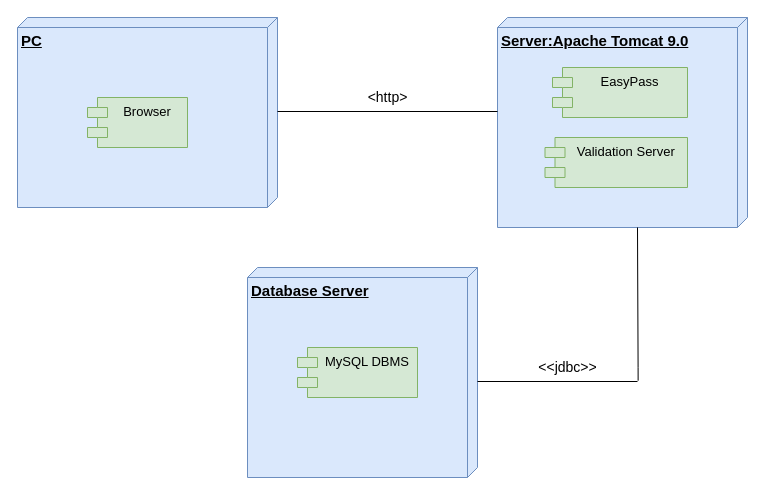
This is Documentazione/Resources/Deployment Diagram.drawio from Alberto-00/EasyPass, a draw.io file, before an edit. Source tidied: cells renumbered, new cells numbered last; positions are measured from the earlier drawing's top-left corner, leaving out a move shared by most shapes. Both pictures are drawn from the tidied source at 100%, with x=0, y=0 at pixel (17, 17).
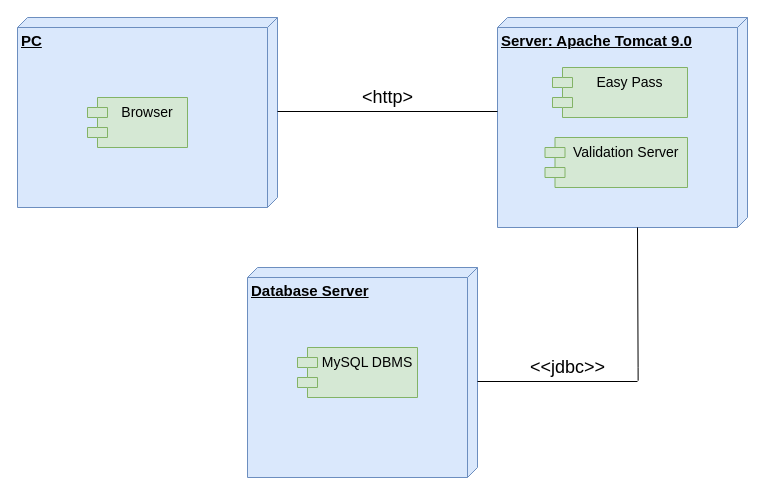
The same page after the edit.

Change to the diagram source:
```diff
@@
 <mxGraphModel>
   <root>
     <mxCell id="0" />
     <mxCell id="1" parent="0" />
     <mxCell id="2" value="&lt;font style=&quot;font-size: 15px&quot;&gt;&lt;b&gt;Database Server&lt;/b&gt;&lt;/font&gt;" style="verticalAlign=top;align=left;spacingTop=8;spacingLeft=2;spacingRight=12;shape=cube;size=10;direction=south;fontStyle=4;html=1;fillColor=#dae8fc;strokeColor=#6c8ebf;" parent="1" vertex="1">
       <mxGeometry x="230" y="250" width="230" height="210" as="geometry" />
     </mxCell>
-    <mxCell id="3" value="&lt;font style=&quot;font-size: 15px&quot;&gt;&lt;b&gt;Server:Apache Tomcat 9.0&lt;/b&gt;&lt;/font&gt;" style="verticalAlign=top;align=left;spacingTop=8;spacingLeft=2;spacingRight=12;shape=cube;size=10;direction=south;fontStyle=4;html=1;fillColor=#dae8fc;strokeColor=#6c8ebf;" parent="1" vertex="1">
+    <mxCell id="3" value="&lt;font style=&quot;font-size: 15px&quot;&gt;&lt;b&gt;Server: Apache Tomcat 9.0&lt;/b&gt;&lt;/font&gt;" style="verticalAlign=top;align=left;spacingTop=8;spacingLeft=2;spacingRight=12;shape=cube;size=10;direction=south;fontStyle=4;html=1;fillColor=#dae8fc;strokeColor=#6c8ebf;" parent="1" vertex="1">
       <mxGeometry x="480" width="250" height="210" as="geometry" />
     </mxCell>
     <mxCell id="4" value="&lt;b&gt;&lt;font style=&quot;font-size: 15px&quot;&gt;PC&lt;/font&gt;&lt;/b&gt;" style="verticalAlign=top;align=left;spacingTop=8;spacingLeft=2;spacingRight=12;shape=cube;size=10;direction=south;fontStyle=4;html=1;fillColor=#dae8fc;strokeColor=#6c8ebf;" parent="1" vertex="1">
       <mxGeometry width="260" height="190" as="geometry" />
     </mxCell>
-    <mxCell id="5" value="EasyPass" style="shape=module;align=left;spacingLeft=20;align=center;verticalAlign=top;fontSize=13;fillColor=#d5e8d4;strokeColor=#82b366;" parent="1" vertex="1">
+    <mxCell id="5" value="Easy Pass" style="shape=module;align=left;spacingLeft=20;align=center;verticalAlign=top;fontSize=14;fillColor=#d5e8d4;strokeColor=#82b366;" parent="1" vertex="1">
       <mxGeometry x="535" y="50" width="135" height="50" as="geometry" />
     </mxCell>
-    <mxCell id="6" value="Browser" style="shape=module;align=left;spacingLeft=20;align=center;verticalAlign=top;fillColor=#d5e8d4;strokeColor=#82b366;fontSize=13;" parent="1" vertex="1">
+    <mxCell id="6" value="Browser" style="shape=module;align=left;spacingLeft=20;align=center;verticalAlign=top;fillColor=#d5e8d4;strokeColor=#82b366;fontSize=14;" parent="1" vertex="1">
       <mxGeometry x="70" y="80" width="100" height="50" as="geometry" />
     </mxCell>
-    <mxCell id="7" value="MySQL DBMS" style="shape=module;align=left;spacingLeft=20;align=center;verticalAlign=top;fontSize=13;fillColor=#d5e8d4;strokeColor=#82b366;" parent="1" vertex="1">
+    <mxCell id="7" value="MySQL DBMS" style="shape=module;align=left;spacingLeft=20;align=center;verticalAlign=top;fontSize=14;fillColor=#d5e8d4;strokeColor=#82b366;" parent="1" vertex="1">
       <mxGeometry x="280" y="330" width="120" height="50" as="geometry" />
     </mxCell>
-    <mxCell id="8" value="Validation Server" style="shape=module;align=left;spacingLeft=20;align=center;verticalAlign=top;fontSize=13;fillColor=#d5e8d4;strokeColor=#82b366;" parent="1" vertex="1">
+    <mxCell id="8" value="Validation Server" style="shape=module;align=left;spacingLeft=20;align=center;verticalAlign=top;fontSize=14;fillColor=#d5e8d4;strokeColor=#82b366;" parent="1" vertex="1">
       <mxGeometry x="527.5" y="120" width="142.5" height="50" as="geometry" />
     </mxCell>
     <mxCell id="9" style="line;strokeWidth=1;fillColor=none;align=left;verticalAlign=middle;spacingTop=-1;spacingLeft=3;spacingRight=3;labelPosition=right;" parent="1" vertex="1">
       <mxGeometry x="260" y="90" width="220" height="8" as="geometry" />
     </mxCell>
     <mxCell id="10" style="line;strokeWidth=1;fillColor=none;align=left;verticalAlign=middle;spacingTop=-1;spacingLeft=3;spacingRight=3;labelPosition=right;points=[];portConstraint=eastwest;" parent="1" vertex="1">
       <mxGeometry x="460" y="360" width="160" height="8" as="geometry" />
     </mxCell>
     <mxCell id="11" style="endArrow=none;html=1;rounded=0;edgeStyle=orthogonalEdgeStyle;exitX=1.004;exitY=0.4;exitDx=0;exitDy=0;exitPerimeter=0;" parent="1" edge="1" source="10">
       <mxGeometry relative="1" as="geometry">
         <mxPoint x="620" y="210" as="targetPoint" />
         <Array as="points">
           <mxPoint x="621" y="350" />
           <mxPoint x="620" y="350" />
         </Array>
       </mxGeometry>
     </mxCell>
-    <mxCell id="12" value="&lt;font style=&quot;font-size: 14px&quot;&gt;&amp;lt;&amp;lt;jdbc&amp;gt;&amp;gt;&lt;/font&gt;" style="text;html=1;align=center;verticalAlign=middle;strokeColor=none;fillColor=none;" parent="1" vertex="1">
-      <mxGeometry x="515" y="340" width="70" height="20" as="geometry" />
+    <mxCell id="12" value="&lt;font style=&quot;font-size: 18px&quot;&gt;&amp;lt;&amp;lt;jdbc&amp;gt;&amp;gt;&lt;/font&gt;" style="text;html=1;align=center;verticalAlign=middle;strokeColor=none;fillColor=none;" parent="1" vertex="1">
+      <mxGeometry x="505" y="340" width="90" height="20" as="geometry" />
     </mxCell>
-    <mxCell id="13" value="&lt;font style=&quot;font-size: 14px&quot;&gt;&amp;lt;http&amp;gt;&lt;/font&gt;" style="text;html=1;align=center;verticalAlign=middle;strokeColor=none;fillColor=none;" parent="1" vertex="1">
-      <mxGeometry x="340" y="70" width="60" height="20" as="geometry" />
+    <mxCell id="13" value="&lt;font style=&quot;font-size: 18px&quot;&gt;&amp;lt;http&amp;gt;&lt;/font&gt;" style="text;html=1;align=center;verticalAlign=middle;strokeColor=none;fillColor=none;" parent="1" vertex="1">
+      <mxGeometry x="335" y="70" width="70" height="20" as="geometry" />
     </mxCell>
   </root>
 </mxGraphModel>
```
